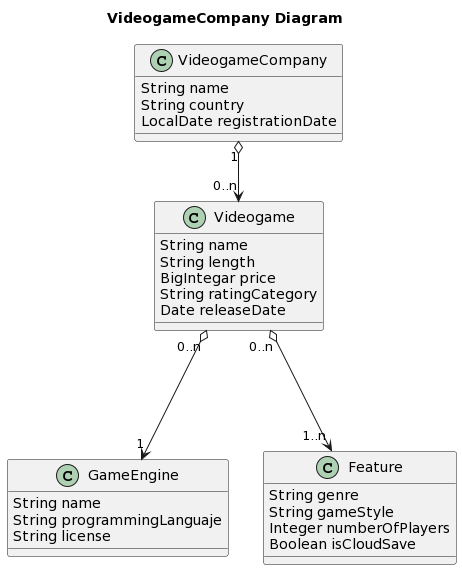
Above: docs/videogame_company.models.png in wzzzzwwzw/apaw-practice (PlantUML), before the change. Its diagram source:
```plantuml
@startuml
title VideogameCompany Diagram

Class VideogameCompany{
  String name
  String country
  LocalDate registrationDate
}


Class Videogame{
  String name
  String length
  BigIntegar price
  String ratingCategory
  Date releaseDate
}


Class GameEngine{
  String name
  String programmingLanguaje
  String license
}


Class Feature{
  String genre
  String gameStyle
  Integer numberOfPlayers
  Boolean isCloudSave
}


Videogame "0..n" o---> "1..n" Feature
VideogameCompany "1" o--> "0..n" Videogame
Videogame "0..n" o---> "1" GameEngine
@enduml
```
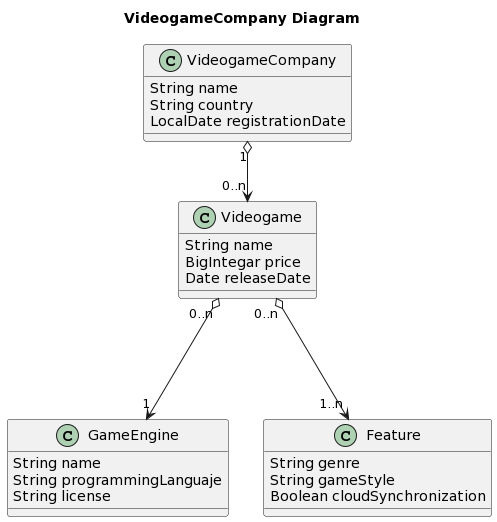
The same file after the commit.

Commit message:
fixed class GameEngine, updating model, updating new diagram #477

Diff of the diagram source:
```diff
@@ -10,9 +10,7 @@
 
 Class Videogame{
   String name
-  String length
   BigIntegar price
-  String ratingCategory
   Date releaseDate
 }
 
@@ -27,8 +25,7 @@
 Class Feature{
   String genre
   String gameStyle
-  Integer numberOfPlayers
-  Boolean isCloudSave
+  Boolean cloudSynchronization
 }
 
 
```
